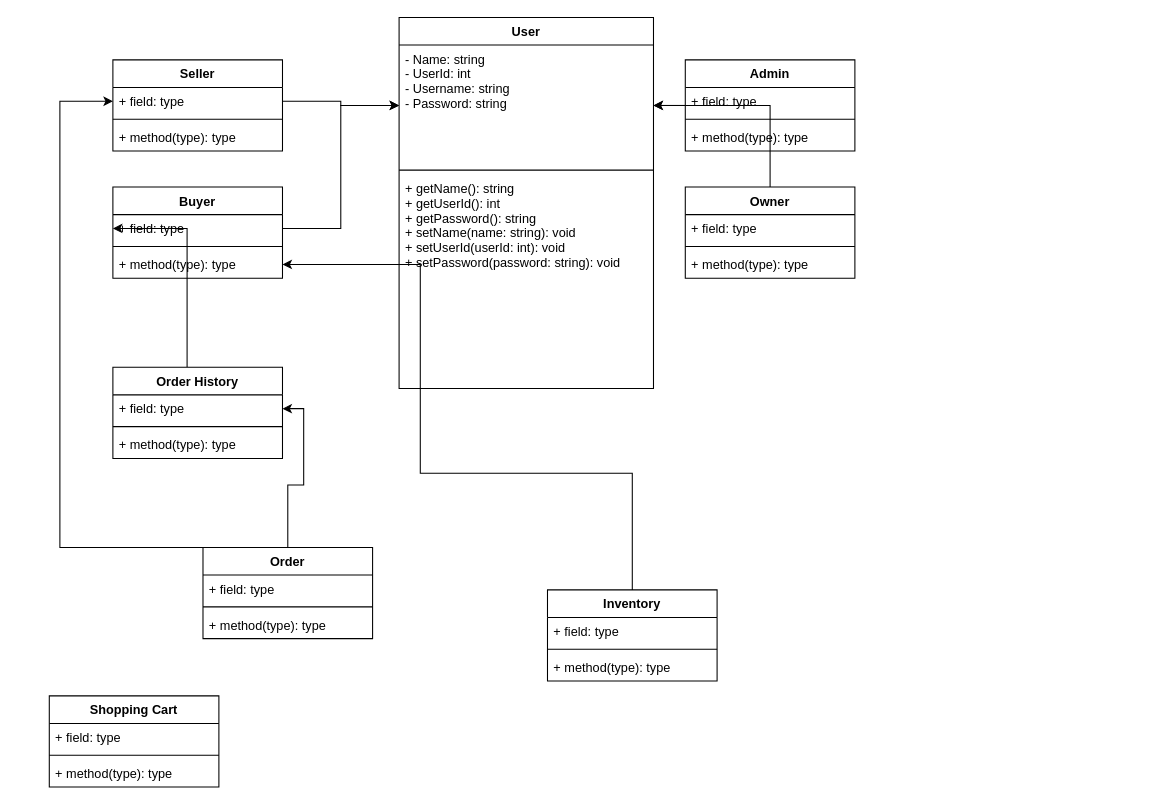
Before: Class_Diagram.drawio in adl409/SE-project-Group-5, a draw.io diagram. Source tidied: cells renumbered, new cells numbered last; positions are measured from the earlier drawing's top-left corner, leaving out a move shared by most shapes. Both pictures are drawn from the tidied source at 106%, with x=0, y=0 at pixel (49, 17).
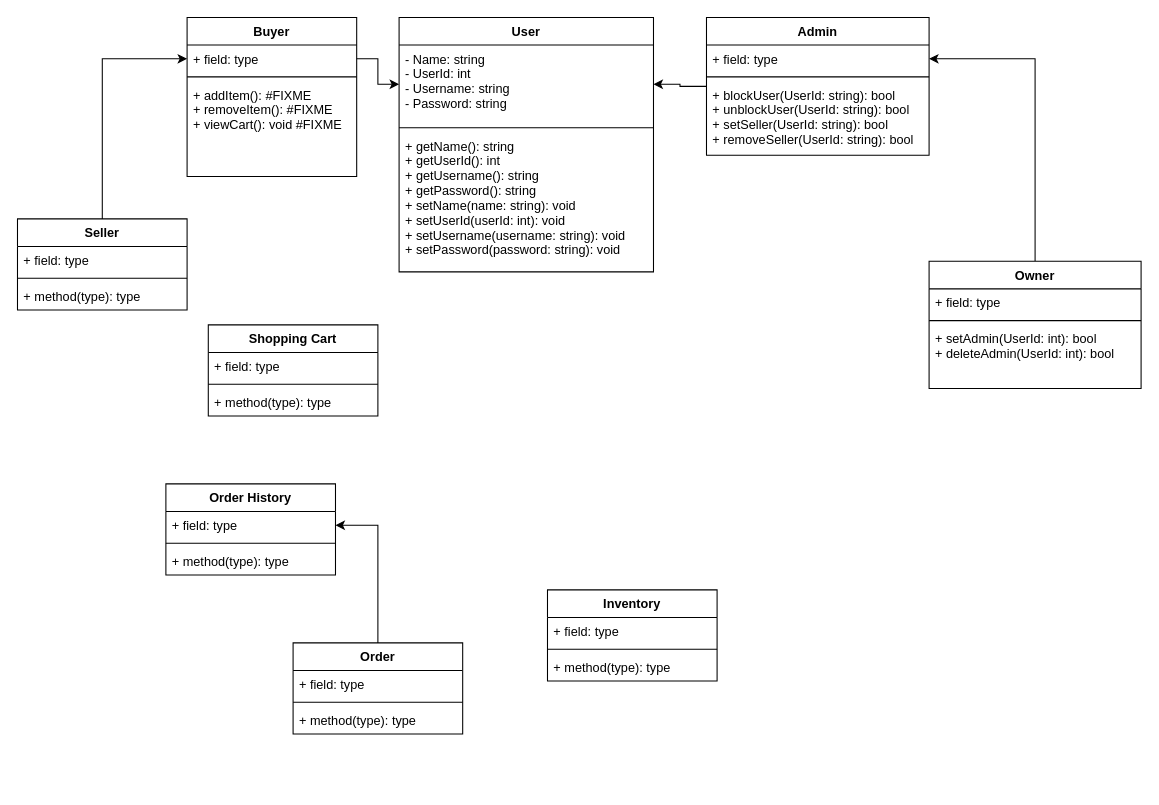
The same page after the edit.

The change refers to these unchanged cells:
```xml
<mxCell id="16" value="+ field: type" style="text;strokeColor=none;fillColor=none;align=left;verticalAlign=top;spacingLeft=4;spacingRight=4;overflow=hidden;points=[[0,0.5],[1,0.5]];portConstraint=eastwest;" parent="15" vertex="1">
  <mxGeometry y="26" width="160" height="26" as="geometry" />
</mxCell>
<mxCell id="20" value="+ field: type" style="text;strokeColor=none;fillColor=none;align=left;verticalAlign=top;spacingLeft=4;spacingRight=4;overflow=hidden;points=[[0,0.5],[1,0.5]];portConstraint=eastwest;" parent="19" vertex="1">
  <mxGeometry y="26" width="160" height="26" as="geometry" />
</mxCell>
<mxCell id="29" value="Inventory&#10;" style="swimlane;fontStyle=1;align=center;verticalAlign=top;horizontal=1;startSize=26;" parent="1" vertex="1">
  <mxGeometry x="470" y="540" width="160" height="86" as="geometry" />
</mxCell>
```

Change to the diagram source:
```diff
@@
     <mxCell id="2" value="User" style="swimlane;fontStyle=1;align=center;verticalAlign=top;horizontal=1;startSize=26;" parent="1" vertex="1">
-      <mxGeometry x="330" width="240" height="350" as="geometry" />
+      <mxGeometry x="330" width="240" height="240" as="geometry" />
     </mxCell>
     <mxCell id="3" value="- Name: string&#10;- UserId: int&#10;- Username: string&#10;- Password: string" style="text;strokeColor=none;fillColor=none;align=left;verticalAlign=top;spacingLeft=4;spacingRight=4;overflow=hidden;points=[[0,0.5],[1,0.5]];portConstraint=eastwest;" parent="2" vertex="1">
-      <mxGeometry y="26" width="240" height="114" as="geometry" />
+      <mxGeometry y="26" width="240" height="74" as="geometry" />
     </mxCell>
     <mxCell id="4" style="line;strokeWidth=1;fillColor=none;align=left;verticalAlign=middle;spacingTop=-1;spacingLeft=3;spacingRight=3;labelPosition=right;strokeColor=inherit;" parent="2" vertex="1">
-      <mxGeometry y="140" width="240" height="8" as="geometry" />
+      <mxGeometry y="100" width="240" height="8" as="geometry" />
     </mxCell>
-    <mxCell id="5" value="+ getName(): string&#10;+ getUserId(): int&#10;+ getPassword(): string&#10;+ setName(name: string): void&#10;+ setUserId(userId: int): void&#10;+ setPassword(password: string): void" style="text;strokeColor=none;fillColor=none;align=left;verticalAlign=top;spacingLeft=4;spacingRight=4;overflow=hidden;" parent="2" vertex="1">
-      <mxGeometry y="148" width="240" height="202" as="geometry" />
+    <mxCell id="5" value="+ getName(): string&#10;+ getUserId(): int&#10;+ getUsername(): string&#10;+ getPassword(): string&#10;+ setName(name: string): void&#10;+ setUserId(userId: int): void&#10;+ setUsername(username: string): void&#10;+ setPassword(password: string): void" style="text;strokeColor=none;fillColor=none;align=left;verticalAlign=top;spacingLeft=4;spacingRight=4;overflow=hidden;" parent="2" vertex="1">
+      <mxGeometry y="108" width="240" height="132" as="geometry" />
     </mxCell>
@@
     <mxCell id="7" value="Admin" style="swimlane;fontStyle=1;align=center;verticalAlign=top;horizontal=1;startSize=26;" parent="1" vertex="1">
-      <mxGeometry x="600" y="40" width="160" height="86" as="geometry" />
+      <mxGeometry x="620" width="210" height="130" as="geometry" />
     </mxCell>
     <mxCell id="8" value="+ field: type" style="text;strokeColor=none;fillColor=none;align=left;verticalAlign=top;spacingLeft=4;spacingRight=4;overflow=hidden;points=[[0,0.5],[1,0.5]];portConstraint=eastwest;" parent="7" vertex="1">
-      <mxGeometry y="26" width="160" height="26" as="geometry" />
+      <mxGeometry y="26" width="210" height="26" as="geometry" />
     </mxCell>
     <mxCell id="9" style="line;strokeWidth=1;fillColor=none;align=left;verticalAlign=middle;spacingTop=-1;spacingLeft=3;spacingRight=3;labelPosition=right;strokeColor=inherit;" parent="7" vertex="1">
-      <mxGeometry y="52" width="160" height="8" as="geometry" />
+      <mxGeometry y="52" width="210" height="8" as="geometry" />
     </mxCell>
-    <mxCell id="10" value="+ method(type): type" style="text;strokeColor=none;fillColor=none;align=left;verticalAlign=top;spacingLeft=4;spacingRight=4;overflow=hidden;" parent="7" vertex="1">
-      <mxGeometry y="60" width="160" height="26" as="geometry" />
+    <mxCell id="10" value="+ blockUser(UserId: string): bool&#10;+ unblockUser(UserId: string): bool&#10;+ setSeller(UserId: string): bool&#10;+ removeSeller(UserId: string): bool" style="text;strokeColor=none;fillColor=none;align=left;verticalAlign=top;spacingLeft=4;spacingRight=4;overflow=hidden;" parent="7" vertex="1">
+      <mxGeometry y="60" width="210" height="70" as="geometry" />
     </mxCell>
     <mxCell id="11" value="Shopping Cart" style="swimlane;fontStyle=1;align=center;verticalAlign=top;horizontal=1;startSize=26;" parent="1" vertex="1">
-      <mxGeometry y="640" width="160" height="86" as="geometry" />
+      <mxGeometry x="150" y="290" width="160" height="86" as="geometry" />
     </mxCell>
@@
     <mxCell id="15" value="Buyer" style="swimlane;fontStyle=1;align=center;verticalAlign=top;horizontal=1;startSize=26;" parent="1" vertex="1">
-      <mxGeometry x="60" y="160" width="160" height="86" as="geometry" />
+      <mxGeometry x="130" width="160" height="150" as="geometry" />
     </mxCell>
@@
-    <mxCell id="18" value="+ method(type): type" style="text;strokeColor=none;fillColor=none;align=left;verticalAlign=top;spacingLeft=4;spacingRight=4;overflow=hidden;points=[[0,0.5],[1,0.5]];portConstraint=eastwest;" parent="15" vertex="1">
-      <mxGeometry y="60" width="160" height="26" as="geometry" />
+    <mxCell id="18" value="+ addItem(): #FIXME&#10;+ removeItem(): #FIXME&#10;+ viewCart(): void #FIXME" style="text;strokeColor=none;fillColor=none;align=left;verticalAlign=top;spacingLeft=4;spacingRight=4;overflow=hidden;points=[[0,0.5],[1,0.5]];portConstraint=eastwest;" parent="15" vertex="1">
+      <mxGeometry y="60" width="160" height="90" as="geometry" />
     </mxCell>
+    <mxCell id="46" style="edgeStyle=orthogonalEdgeStyle;rounded=0;jettySize=auto;html=1;exitX=0.5;exitY=0;exitDx=0;exitDy=0;entryX=0;entryY=0.5;entryDx=0;entryDy=0;" parent="1" edge="1" source="19" target="16">
+      <mxGeometry relative="1" as="geometry" />
+    </mxCell>
     <mxCell id="19" value="Seller" style="swimlane;fontStyle=1;align=center;verticalAlign=top;horizontal=1;startSize=26;" parent="1" vertex="1">
-      <mxGeometry x="60" y="40" width="160" height="86" as="geometry" />
+      <mxGeometry x="-30" y="190" width="160" height="86" as="geometry" />
     </mxCell>
@@
-    <mxCell id="23" style="edgeStyle=orthogonalEdgeStyle;rounded=0;jettySize=auto;html=1;entryX=1;entryY=0.5;entryDx=0;entryDy=0;" parent="1" edge="1" source="24" target="3">
-      <mxGeometry relative="1" as="geometry" />
-    </mxCell>
+    <mxCell id="47" style="edgeStyle=orthogonalEdgeStyle;rounded=0;jettySize=auto;html=1;exitX=0.5;exitY=0;exitDx=0;exitDy=0;entryX=1;entryY=0.5;entryDx=0;entryDy=0;" parent="1" edge="1" source="24" target="8">
+      <mxGeometry relative="1" as="geometry" />
+    </mxCell>
     <mxCell id="24" value="Owner&#10;" style="swimlane;fontStyle=1;align=center;verticalAlign=top;horizontal=1;startSize=26;" parent="1" vertex="1">
-      <mxGeometry x="600" y="160" width="160" height="86" as="geometry" />
+      <mxGeometry x="830" y="230" width="200" height="120" as="geometry" />
     </mxCell>
     <mxCell id="25" value="+ field: type" style="text;strokeColor=none;fillColor=none;align=left;verticalAlign=top;spacingLeft=4;spacingRight=4;overflow=hidden;" parent="24" vertex="1">
-      <mxGeometry y="26" width="160" height="26" as="geometry" />
+      <mxGeometry y="26" width="200" height="26" as="geometry" />
     </mxCell>
     <mxCell id="26" style="line;strokeWidth=1;fillColor=none;align=left;verticalAlign=middle;spacingTop=-1;spacingLeft=3;spacingRight=3;labelPosition=right;strokeColor=inherit;" parent="24" vertex="1">
-      <mxGeometry y="52" width="160" height="8" as="geometry" />
+      <mxGeometry y="52" width="200" height="8" as="geometry" />
     </mxCell>
-    <mxCell id="27" value="+ method(type): type" style="text;strokeColor=none;fillColor=none;align=left;verticalAlign=top;spacingLeft=4;spacingRight=4;overflow=hidden;" parent="24" vertex="1">
-      <mxGeometry y="60" width="160" height="26" as="geometry" />
+    <mxCell id="27" value="+ setAdmin(UserId: int): bool&#10;+ deleteAdmin(UserId: int): bool" style="text;strokeColor=none;fillColor=none;align=left;verticalAlign=top;spacingLeft=4;spacingRight=4;overflow=hidden;" parent="24" vertex="1">
+      <mxGeometry y="60" width="200" height="60" as="geometry" />
     </mxCell>
-    <mxCell id="28" style="edgeStyle=orthogonalEdgeStyle;rounded=0;jettySize=auto;html=1;entryX=1;entryY=0.5;entryDx=0;entryDy=0;" parent="1" edge="1" source="29" target="18">
-      <mxGeometry relative="1" as="geometry">
-        <Array as="points">
-          <mxPoint x="550" y="430" />
-          <mxPoint x="350" y="430" />
-          <mxPoint x="350" y="233" />
-        </Array>
-      </mxGeometry>
-    </mxCell>
@@
-    <mxCell id="33" style="edgeStyle=orthogonalEdgeStyle;rounded=0;jettySize=auto;html=1;entryX=0;entryY=0.5;entryDx=0;entryDy=0;" parent="1" edge="1" source="34" target="16">
-      <mxGeometry relative="1" as="geometry">
-        <Array as="points">
-          <mxPoint x="130" y="373" />
-          <mxPoint x="130" y="199" />
-        </Array>
-      </mxGeometry>
-    </mxCell>
     <mxCell id="34" value="Order History" style="swimlane;fontStyle=1;align=center;verticalAlign=top;horizontal=1;startSize=26;" parent="1" vertex="1">
-      <mxGeometry x="60" y="330" width="160" height="86" as="geometry" />
+      <mxGeometry x="110" y="440" width="160" height="86" as="geometry" />
     </mxCell>
@@
-    <mxCell id="39" style="edgeStyle=orthogonalEdgeStyle;rounded=0;jettySize=auto;html=1;exitX=0.5;exitY=0;exitDx=0;exitDy=0;entryX=0;entryY=0.5;entryDx=0;entryDy=0;" parent="1" edge="1" source="40" target="20">
-      <mxGeometry relative="1" as="geometry">
-        <Array as="points">
-          <mxPoint x="10" y="500" />
-          <mxPoint x="10" y="79" />
-        </Array>
-      </mxGeometry>
-    </mxCell>
     <mxCell id="40" value="Order&#10;" style="swimlane;fontStyle=1;align=center;verticalAlign=top;horizontal=1;startSize=26;" parent="1" vertex="1">
-      <mxGeometry x="145" y="500" width="160" height="86" as="geometry" />
+      <mxGeometry x="230" y="590" width="160" height="86" as="geometry" />
     </mxCell>
@@
-    <mxCell id="44" style="edgeStyle=orthogonalEdgeStyle;rounded=0;jettySize=auto;html=1;exitX=1;exitY=0.5;exitDx=0;exitDy=0;entryX=0;entryY=0.5;entryDx=0;entryDy=0;" parent="1" edge="1" source="20" target="3">
-      <mxGeometry relative="1" as="geometry" />
-    </mxCell>
-    <mxCell id="45" style="edgeStyle=orthogonalEdgeStyle;rounded=0;jettySize=auto;html=1;exitX=1;exitY=0.5;exitDx=0;exitDy=0;" parent="1" edge="1" source="16" target="3">
+    <mxCell id="45" style="edgeStyle=orthogonalEdgeStyle;rounded=0;jettySize=auto;html=1;exitX=1;exitY=0.5;exitDx=0;exitDy=0;entryX=0;entryY=0.5;entryDx=0;entryDy=0;" parent="1" edge="1" source="16" target="3">
       <mxGeometry relative="1" as="geometry" />
     </mxCell>
```
